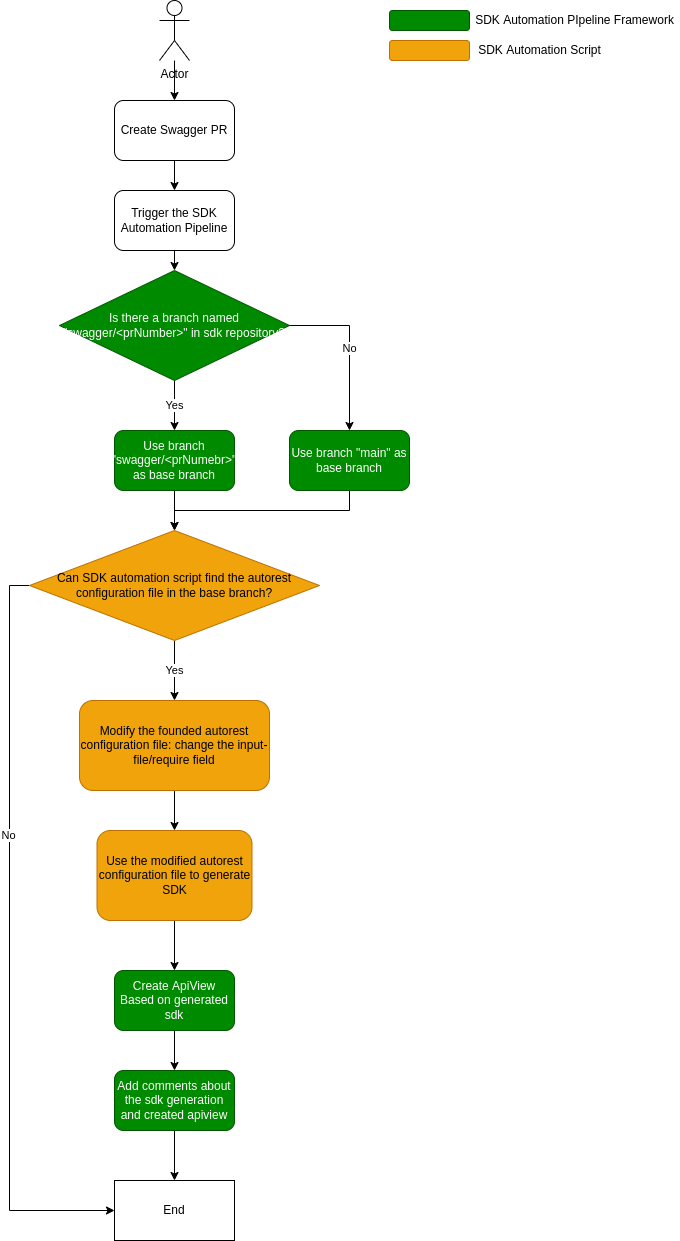
Earlier version of the draw.io export documentation/onboard-dpg-in-sdkautomation/integrate-dpg-and-apiview.png (Azure/azure-rest-api-specs). Source tidied: cells renumbered, new cells last; positions are measured from the earlier drawing's top-left corner, leaving out a move shared by most shapes.
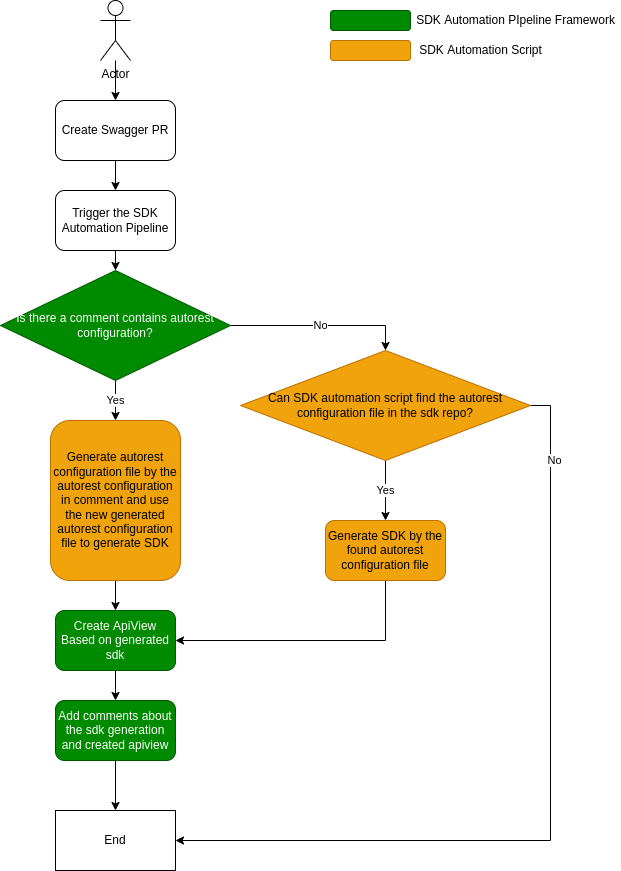
After the commit.

Commit message:
save autorest configuration in PR comment

Diff of the diagram source:
```diff
@@ -23,62 +23,32 @@
     <mxCell id="8" value="Yes" style="edgeStyle=orthogonalEdgeStyle;rounded=0;jettySize=auto;html=1;exitX=0.5;exitY=1;exitDx=0;exitDy=0;entryX=0.5;entryY=0;entryDx=0;entryDy=0;" parent="1" edge="1" source="10" target="12">
       <mxGeometry relative="1" as="geometry" />
     </mxCell>
-    <mxCell id="9" value="No" style="edgeStyle=orthogonalEdgeStyle;rounded=0;jettySize=auto;html=1;exitX=1;exitY=0.5;exitDx=0;exitDy=0;entryX=0.5;entryY=0;entryDx=0;entryDy=0;" parent="1" edge="1" source="10" target="14">
+    <mxCell id="9" value="No" style="edgeStyle=orthogonalEdgeStyle;rounded=0;jettySize=auto;html=1;exitX=1;exitY=0.5;exitDx=0;exitDy=0;entryX=0.5;entryY=0;entryDx=0;entryDy=0;" parent="1" edge="1" source="10" target="33">
       <mxGeometry relative="1" as="geometry" />
     </mxCell>
-    <mxCell id="10" value="Is there a branch named &quot;swagger/&amp;lt;prNumber&amp;gt;&quot; in sdk repository?" style="rhombus;whiteSpace=wrap;html=1;fillColor=#008a00;fontColor=#ffffff;strokeColor=#005700;" parent="1" vertex="1">
+    <mxCell id="10" value="Is there a comment contains autorest configuration?" style="rhombus;whiteSpace=wrap;html=1;fillColor=#008a00;fontColor=#ffffff;strokeColor=#005700;" parent="1" vertex="1">
       <mxGeometry x="30" y="270" width="230" height="110" as="geometry" />
     </mxCell>
-    <mxCell id="11" style="edgeStyle=orthogonalEdgeStyle;rounded=0;jettySize=auto;html=1;exitX=0.5;exitY=1;exitDx=0;exitDy=0;entryX=0.5;entryY=0;entryDx=0;entryDy=0;" parent="1" edge="1" source="12" target="18">
+    <mxCell id="11" style="edgeStyle=orthogonalEdgeStyle;rounded=0;jettySize=auto;html=1;exitX=0.5;exitY=1;exitDx=0;exitDy=0;entryX=0.5;entryY=0;entryDx=0;entryDy=0;" parent="1" edge="1" source="12" target="25">
       <mxGeometry relative="1" as="geometry" />
     </mxCell>
-    <mxCell id="12" value="Use branch &quot;swagger/&amp;lt;prNumebr&amp;gt;&quot; as base branch" style="rounded=1;whiteSpace=wrap;html=1;fillColor=#008a00;fontColor=#ffffff;strokeColor=#005700;" parent="1" vertex="1">
-      <mxGeometry x="85" y="430" width="120" height="60" as="geometry" />
+    <mxCell id="12" value="Generate autorest configuration file by the autorest configuration in comment and use the new generated autorest configuration file to generate SDK" style="rounded=1;whiteSpace=wrap;html=1;fillColor=#f0a30a;fontColor=#000000;strokeColor=#BD7000;" parent="1" vertex="1">
+      <mxGeometry x="80" y="420" width="130" height="160" as="geometry" />
     </mxCell>
-    <mxCell id="13" style="edgeStyle=orthogonalEdgeStyle;rounded=0;jettySize=auto;html=1;exitX=0.5;exitY=1;exitDx=0;exitDy=0;entryX=0.5;entryY=0;entryDx=0;entryDy=0;" parent="1" edge="1" source="14" target="18">
-      <mxGeometry relative="1" as="geometry" />
-    </mxCell>
-    <mxCell id="14" value="Use branch &quot;main&quot; as base branch" style="rounded=1;whiteSpace=wrap;html=1;fillColor=#008a00;fontColor=#ffffff;strokeColor=#005700;" parent="1" vertex="1">
-      <mxGeometry x="260" y="430" width="120" height="60" as="geometry" />
-    </mxCell>
-    <mxCell id="15" style="edgeStyle=orthogonalEdgeStyle;rounded=0;jettySize=auto;html=1;exitX=0;exitY=0.5;exitDx=0;exitDy=0;entryX=0;entryY=0.5;entryDx=0;entryDy=0;" parent="1" edge="1" source="18" target="19">
-      <mxGeometry relative="1" as="geometry" />
-    </mxCell>
-    <mxCell id="16" value="No" style="edgeLabel;html=1;align=center;verticalAlign=middle;" parent="15" vertex="1">
-      <mxGeometry x="-0.28" y="-2" relative="1" as="geometry" />
-    </mxCell>
-    <mxCell id="17" value="Yes" style="edgeStyle=orthogonalEdgeStyle;rounded=0;jettySize=auto;html=1;exitX=0.5;exitY=1;exitDx=0;exitDy=0;entryX=0.5;entryY=0;entryDx=0;entryDy=0;" parent="1" edge="1" source="18" target="21">
-      <mxGeometry relative="1" as="geometry" />
-    </mxCell>
-    <mxCell id="18" value="&lt;span&gt;Can SDK automation script find the autorest configuration file in the base branch?&lt;/span&gt;" style="rhombus;whiteSpace=wrap;html=1;fillColor=#f0a30a;fontColor=#000000;strokeColor=#BD7000;" parent="1" vertex="1">
-      <mxGeometry y="530" width="290" height="110" as="geometry" />
-    </mxCell>
     <mxCell id="19" value="End" style="rounded=0;whiteSpace=wrap;html=1;" parent="1" vertex="1">
-      <mxGeometry x="85" y="1180" width="120" height="60" as="geometry" />
+      <mxGeometry x="85" y="810" width="120" height="60" as="geometry" />
     </mxCell>
-    <mxCell id="20" style="edgeStyle=orthogonalEdgeStyle;rounded=0;jettySize=auto;html=1;exitX=0.5;exitY=1;exitDx=0;exitDy=0;entryX=0.5;entryY=0;entryDx=0;entryDy=0;" parent="1" edge="1" source="21" target="23">
-      <mxGeometry relative="1" as="geometry" />
-    </mxCell>
-    <mxCell id="21" value="Modify the founded autorest configuration file: change the input-file/require field" style="rounded=1;whiteSpace=wrap;html=1;fillColor=#f0a30a;fontColor=#000000;strokeColor=#BD7000;" parent="1" vertex="1">
-      <mxGeometry x="50" y="700" width="190" height="90" as="geometry" />
-    </mxCell>
-    <mxCell id="22" style="edgeStyle=orthogonalEdgeStyle;rounded=0;jettySize=auto;html=1;exitX=0.5;exitY=1;exitDx=0;exitDy=0;" parent="1" edge="1" source="23" target="25">
-      <mxGeometry relative="1" as="geometry" />
-    </mxCell>
-    <mxCell id="23" value="Use the modified autorest configuration file to generate SDK" style="rounded=1;whiteSpace=wrap;html=1;fillColor=#f0a30a;fontColor=#000000;strokeColor=#BD7000;" parent="1" vertex="1">
-      <mxGeometry x="67.5" y="830" width="155" height="90" as="geometry" />
-    </mxCell>
     <mxCell id="24" style="edgeStyle=orthogonalEdgeStyle;rounded=0;jettySize=auto;html=1;exitX=0.5;exitY=1;exitDx=0;exitDy=0;" parent="1" edge="1" source="25" target="27">
       <mxGeometry relative="1" as="geometry" />
     </mxCell>
     <mxCell id="25" value="Create ApiView Based on generated sdk" style="rounded=1;whiteSpace=wrap;html=1;fillColor=#008a00;fontColor=#ffffff;strokeColor=#005700;" parent="1" vertex="1">
-      <mxGeometry x="85" y="970" width="120" height="60" as="geometry" />
+      <mxGeometry x="85" y="610" width="120" height="60" as="geometry" />
     </mxCell>
     <mxCell id="26" style="edgeStyle=orthogonalEdgeStyle;rounded=0;jettySize=auto;html=1;exitX=0.5;exitY=1;exitDx=0;exitDy=0;entryX=0.5;entryY=0;entryDx=0;entryDy=0;" parent="1" edge="1" source="27" target="19">
       <mxGeometry relative="1" as="geometry" />
     </mxCell>
     <mxCell id="27" value="Add comments about the sdk generation and created apiview" style="rounded=1;whiteSpace=wrap;html=1;fillColor=#008a00;fontColor=#ffffff;strokeColor=#005700;" parent="1" vertex="1">
-      <mxGeometry x="85" y="1070" width="120" height="60" as="geometry" />
+      <mxGeometry x="85" y="700" width="120" height="60" as="geometry" />
     </mxCell>
     <mxCell id="28" style="rounded=1;whiteSpace=wrap;html=1;fillColor=#008a00;fontColor=#ffffff;strokeColor=#005700;" parent="1" vertex="1">
       <mxGeometry x="360" y="10" width="80" height="20" as="geometry" />
@@ -92,5 +62,23 @@
     <mxCell id="31" value="SDK Automation Script" style="text;html=1;align=center;verticalAlign=middle;strokeColor=none;fillColor=none;" parent="1" vertex="1">
       <mxGeometry x="440" y="40" width="140" height="20" as="geometry" />
     </mxCell>
+    <mxCell id="17" value="Yes" style="edgeStyle=orthogonalEdgeStyle;rounded=0;jettySize=auto;html=1;exitX=0.5;exitY=1;exitDx=0;exitDy=0;entryX=0.5;entryY=0;entryDx=0;entryDy=0;" parent="1" edge="1" source="33" target="35">
+      <mxGeometry relative="1" as="geometry" />
+    </mxCell>
+    <mxCell id="32" style="edgeStyle=orthogonalEdgeStyle;rounded=0;jettySize=auto;html=1;exitX=1;exitY=0.5;exitDx=0;exitDy=0;entryX=1;entryY=0.5;entryDx=0;entryDy=0;" parent="1" edge="1" source="33" target="19">
+      <mxGeometry relative="1" as="geometry" />
+    </mxCell>
+    <mxCell id="16" value="No" style="edgeLabel;html=1;align=center;verticalAlign=middle;" parent="32" vertex="1">
+      <mxGeometry x="-0.82" y="3" relative="1" as="geometry" />
+    </mxCell>
+    <mxCell id="33" value="&lt;span&gt;Can SDK automation script find the autorest configuration file in the sdk repo?&lt;/span&gt;" style="rhombus;whiteSpace=wrap;html=1;fillColor=#f0a30a;fontColor=#000000;strokeColor=#BD7000;" parent="1" vertex="1">
+      <mxGeometry x="270" y="350" width="290" height="110" as="geometry" />
+    </mxCell>
+    <mxCell id="34" style="edgeStyle=orthogonalEdgeStyle;rounded=0;jettySize=auto;html=1;exitX=0.5;exitY=1;exitDx=0;exitDy=0;entryX=1;entryY=0.5;entryDx=0;entryDy=0;" parent="1" edge="1" source="35" target="25">
+      <mxGeometry relative="1" as="geometry" />
+    </mxCell>
+    <mxCell id="35" value="Generate SDK by the found autorest configuration file" style="rounded=1;whiteSpace=wrap;html=1;fillColor=#f0a30a;fontColor=#000000;strokeColor=#BD7000;" parent="1" vertex="1">
+      <mxGeometry x="355" y="520" width="120" height="60" as="geometry" />
+    </mxCell>
   </root>
 </mxGraphModel>
```
